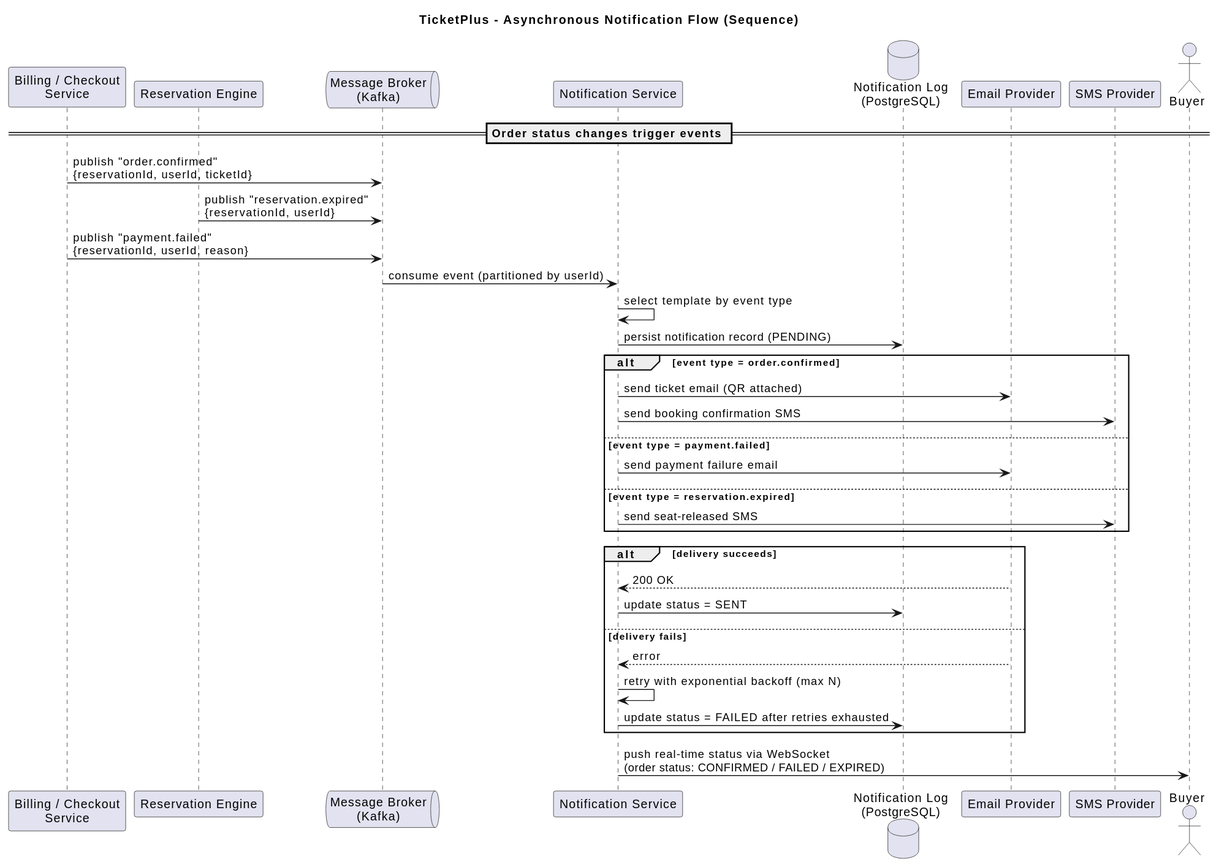
MahsaNasehi/TicketPlus keeps this PlantUML diagram as rendered/04-sequence-notification-flow.svg. Above is the earlier version. Its diagram source:
```plantuml
@startuml
title TicketPlus - Asynchronous Notification Flow (Sequence)

participant "Billing / Checkout\nService" as Billing
participant "Reservation Engine" as Res
queue "Message Broker\n(Kafka)" as Broker
participant "Notification Service" as Notif
database "Notification Log\n(PostgreSQL)" as Log
participant "Email Provider" as Email
participant "SMS Provider" as SMS
actor Buyer

== Order status changes trigger events ==

Billing -> Broker: publish "order.confirmed"\n{reservationId, userId, ticketId}
Res -> Broker: publish "reservation.expired"\n{reservationId, userId}
Billing -> Broker: publish "payment.failed"\n{reservationId, userId, reason}

Broker -> Notif: consume event (partitioned by userId)
Notif -> Notif: select template by event type
Notif -> Log: persist notification record (PENDING)

alt event type = order.confirmed
  Notif -> Email: send ticket email (QR attached)
  Notif -> SMS: send booking confirmation SMS
else event type = payment.failed
  Notif -> Email: send payment failure email
else event type = reservation.expired
  Notif -> SMS: send seat-released SMS
end

alt delivery succeeds
  Email --> Notif: 200 OK
  Notif -> Log: update status = SENT
else delivery fails
  Email --> Notif: error
  Notif -> Notif: retry with exponential backoff (max N)
  Notif -> Log: update status = FAILED after retries exhausted
end

Notif -> Buyer: push real-time status via WebSocket\n(order status: CONFIRMED / FAILED / EXPIRED)
@enduml
```
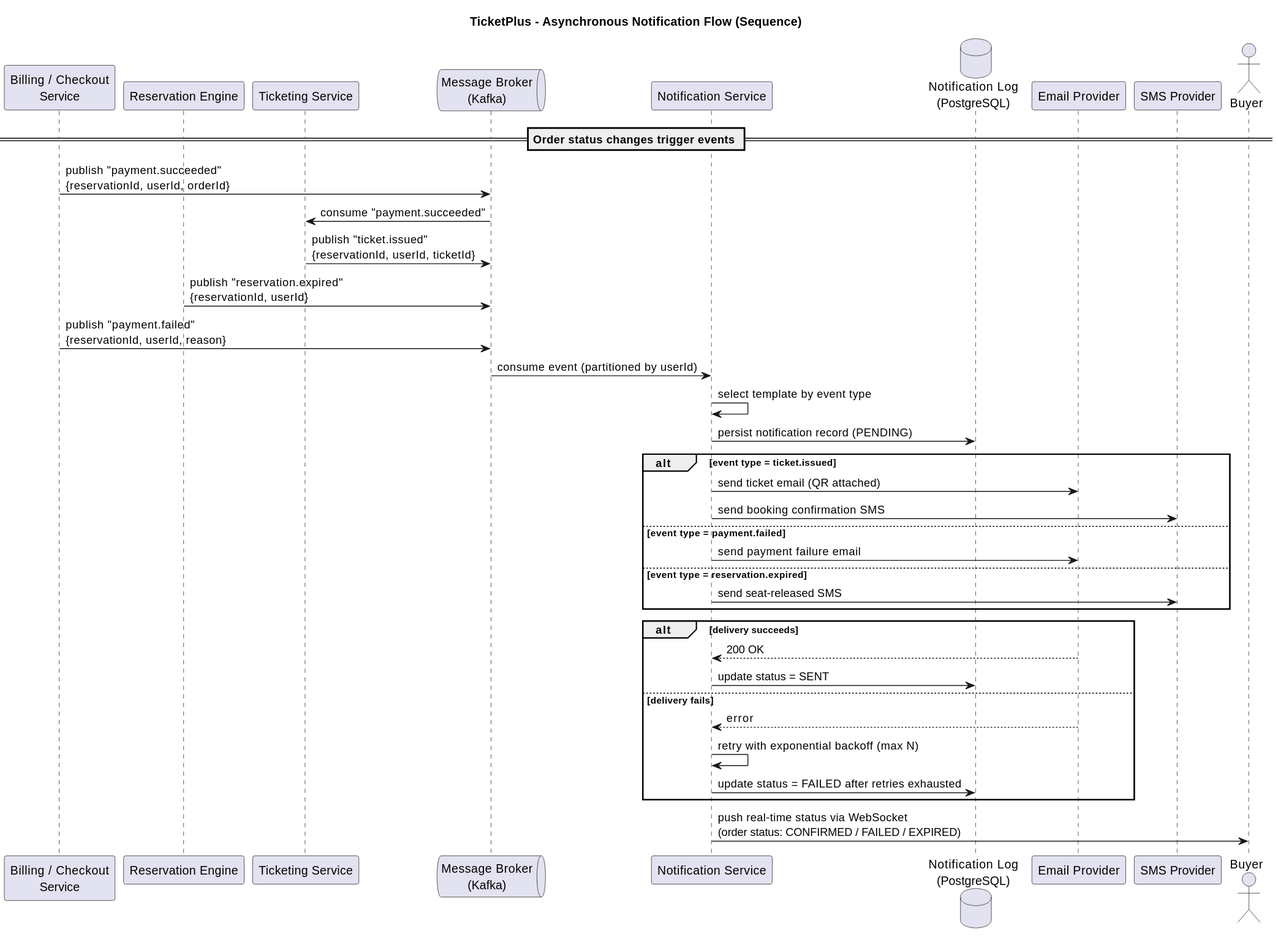
After the change.

Diff of the diagram source:
```diff
@@ -1,8 +1,10 @@
 @startuml
+!pragma layout smetana
 title TicketPlus - Asynchronous Notification Flow (Sequence)
 
 participant "Billing / Checkout\nService" as Billing
 participant "Reservation Engine" as Res
+participant "Ticketing Service" as Ticketing
 queue "Message Broker\n(Kafka)" as Broker
 participant "Notification Service" as Notif
 database "Notification Log\n(PostgreSQL)" as Log
@@ -12,7 +14,9 @@
 
 == Order status changes trigger events ==
 
-Billing -> Broker: publish "order.confirmed"\n{reservationId, userId, ticketId}
+Billing -> Broker: publish "payment.succeeded"\n{reservationId, userId, orderId}
+Broker -> Ticketing: consume "payment.succeeded"
+Ticketing -> Broker: publish "ticket.issued"\n{reservationId, userId, ticketId}
 Res -> Broker: publish "reservation.expired"\n{reservationId, userId}
 Billing -> Broker: publish "payment.failed"\n{reservationId, userId, reason}
 
@@ -20,7 +24,7 @@
 Notif -> Notif: select template by event type
 Notif -> Log: persist notification record (PENDING)
 
-alt event type = order.confirmed
+alt event type = ticket.issued
   Notif -> Email: send ticket email (QR attached)
   Notif -> SMS: send booking confirmation SMS
 else event type = payment.failed
```
